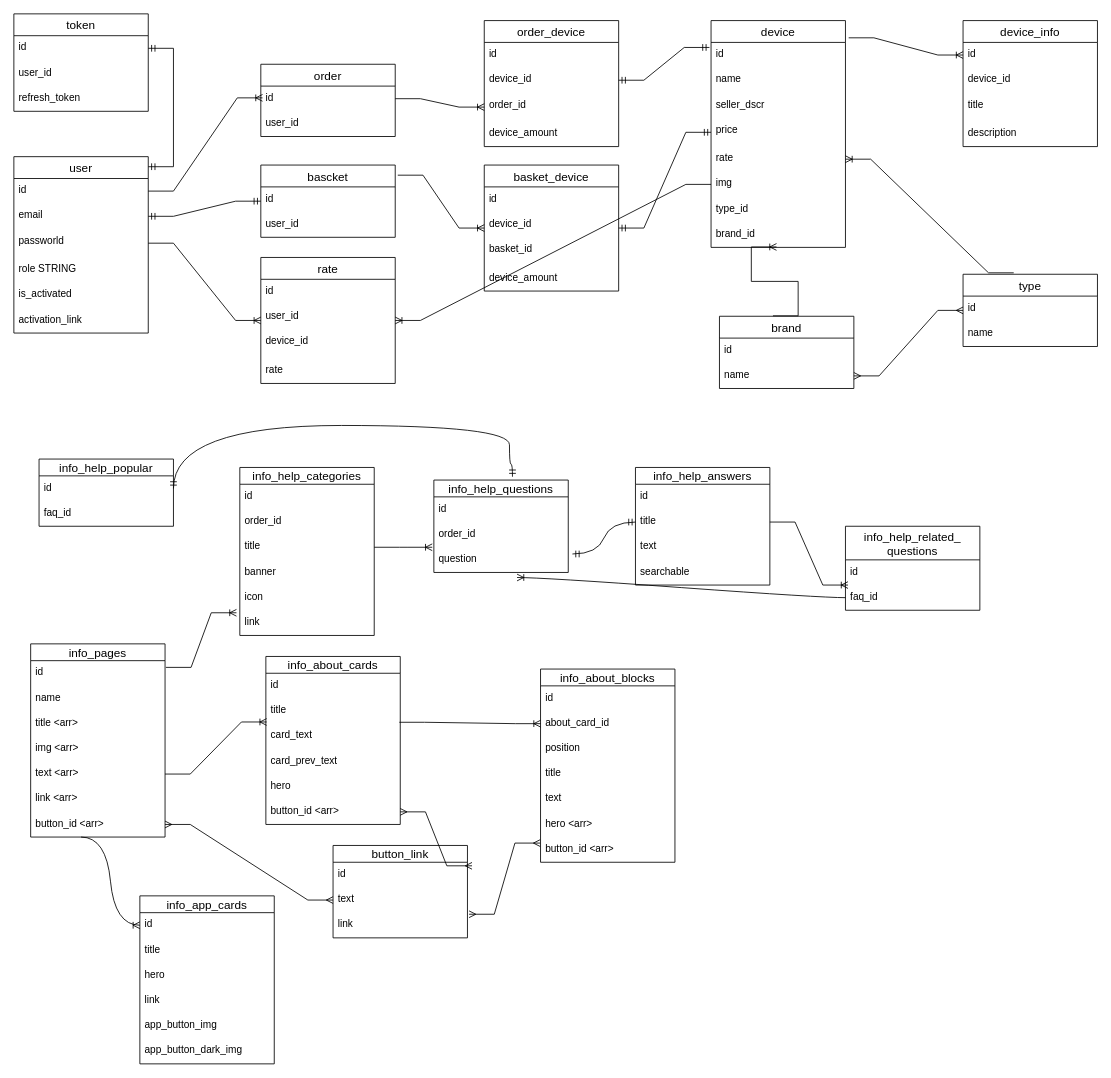
The draw.io diagram server/models/db_diagram.drawio in zaxel/react_simple_shop, before the edit. Source tidied: cells renumbered, new cells numbered last; positions are measured from the earlier drawing's top-left corner, leaving out a move shared by most shapes. Both pictures are drawn from the tidied source at 84%, with x=0, y=0 at pixel (13, 13).
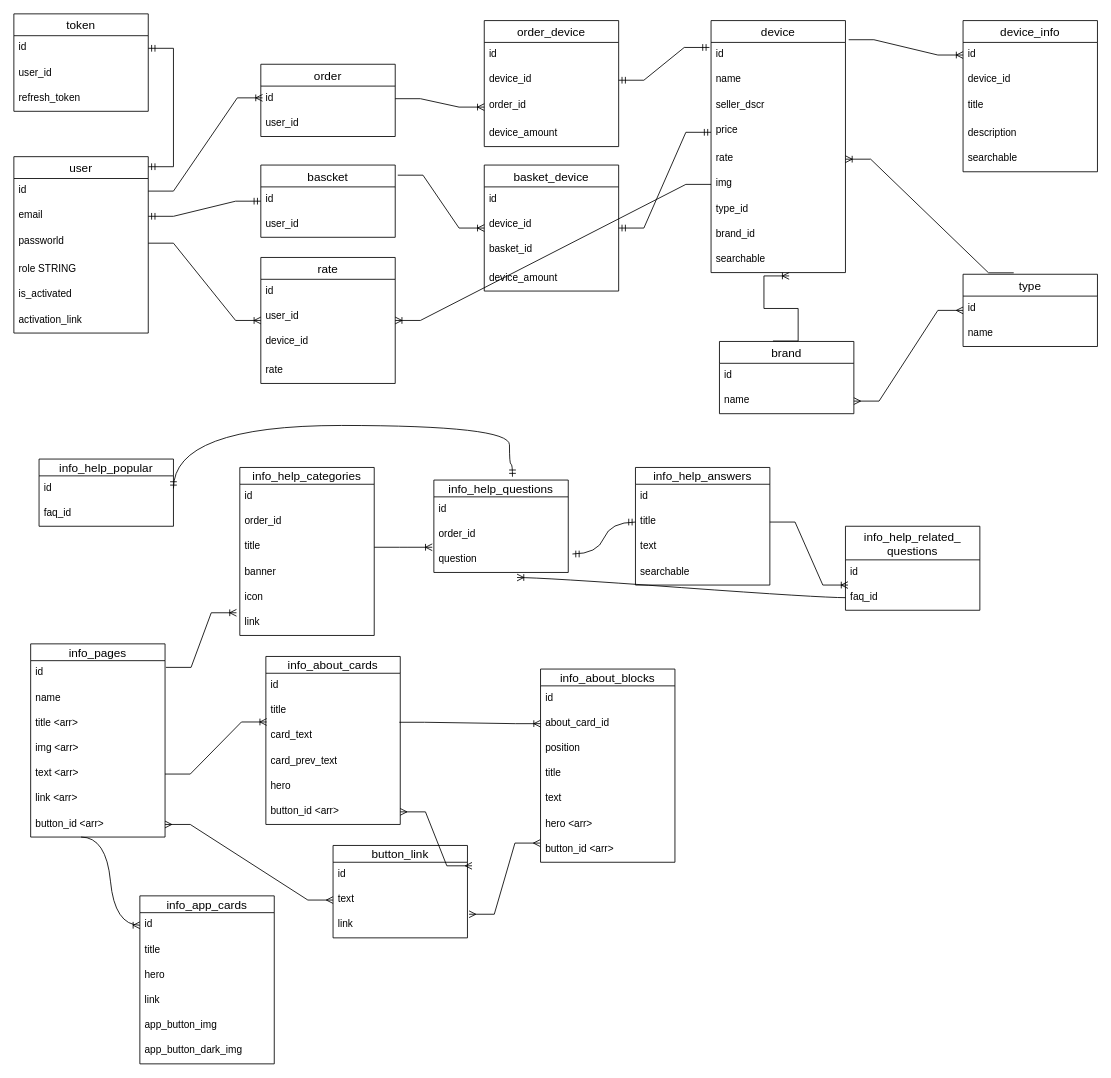
Above is the later version.

Commit message (it also covers changes not shown here):
feat: add ts_vector columns to devices and devices info models for full-text search support.

Unchanged cells that the change refers to:
```xml
<mxCell id="21" value="brand_id" style="text;strokeColor=none;fillColor=none;spacingLeft=4;spacingRight=4;overflow=hidden;points=[[0,0.5],[1,0.5]];portConstraint=eastwest;fontSize=12;" parent="13" vertex="1">
  <mxGeometry y="240" width="160" height="30" as="geometry" />
</mxCell>
```

What changed in the source:
```diff
@@
     <mxCell id="13" value="device" style="swimlane;fontStyle=0;horizontal=1;startSize=26;align=center;fontSize=14;" parent="1" vertex="1">
-      <mxGeometry x="830" y="8" width="160" height="270" as="geometry" />
+      <mxGeometry x="830" y="8" width="160" height="300" as="geometry" />
     </mxCell>
@@
+    <mxCell id="135" value="searchable" style="text;strokeColor=none;fillColor=none;spacingLeft=4;spacingRight=4;overflow=hidden;points=[[0,0.5],[1,0.5]];portConstraint=eastwest;fontSize=12;" parent="13" vertex="1">
+      <mxGeometry y="270" width="160" height="30" as="geometry" />
+    </mxCell>
@@
     <mxCell id="25" value="brand" style="swimlane;fontStyle=0;horizontal=1;startSize=26;align=center;fontSize=14;" parent="1" vertex="1">
-      <mxGeometry x="840" y="360" width="160" height="86" as="geometry" />
+      <mxGeometry x="840" y="390" width="160" height="86" as="geometry" />
     </mxCell>
@@
-    <mxCell id="29" style="edgeStyle=entityRelationEdgeStyle;fontSize=12;html=1;endArrow=ERoneToMany;rounded=0;entryX=0.487;entryY=0.983;entryDx=0;entryDy=0;entryPerimeter=0;exitX=0.398;exitY=-0.006;exitDx=0;exitDy=0;exitPerimeter=0;" parent="1" edge="1" source="25" target="21">
+    <mxCell id="29" style="edgeStyle=entityRelationEdgeStyle;fontSize=12;html=1;endArrow=ERoneToMany;rounded=0;entryX=0.581;entryY=1.133;entryDx=0;entryDy=0;entryPerimeter=0;exitX=0.398;exitY=-0.006;exitDx=0;exitDy=0;exitPerimeter=0;" parent="1" edge="1" source="25" target="135">
       <mxGeometry relative="1" as="geometry" />
     </mxCell>
@@
     <mxCell id="31" value="device_info" style="swimlane;fontStyle=0;horizontal=1;startSize=26;align=center;fontSize=14;" parent="1" vertex="1">
-      <mxGeometry x="1130" y="8" width="160" height="150" as="geometry" />
+      <mxGeometry x="1130" y="8" width="160" height="180" as="geometry" />
     </mxCell>
@@
+    <mxCell id="136" value="searchable" style="text;strokeColor=none;fillColor=none;spacingLeft=4;spacingRight=4;overflow=hidden;fontSize=12;" parent="31" vertex="1">
+      <mxGeometry y="150" width="160" height="30" as="geometry" />
+    </mxCell>
```
